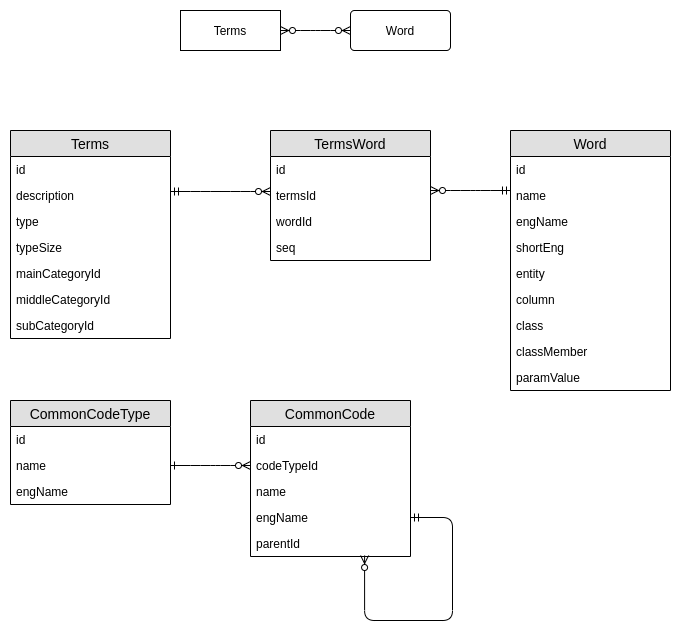
Before: document/entity-diagram.png, a diagram exported from draw.io (cubeboy/data-dictionary). Source tidied: cells renumbered, new cells last; positions are measured from the earlier drawing's top-left corner, leaving out a move shared by most shapes. Source of this version:
```xml
<mxGraphModel background="#ffffff">
  <root>
    <mxCell id="0" />
    <mxCell id="1" parent="0" />
    <mxCell id="2" value="Terms" style="whiteSpace=wrap;html=1;align=center;" parent="1" vertex="1">
      <mxGeometry x="170" width="100" height="40" as="geometry" />
    </mxCell>
    <mxCell id="3" value="Word" style="rounded=1;arcSize=10;whiteSpace=wrap;html=1;align=center;" parent="1" vertex="1">
      <mxGeometry x="340" width="100" height="40" as="geometry" />
    </mxCell>
    <mxCell id="4" style="edgeStyle=entityRelationEdgeStyle;fontSize=12;html=1;endArrow=ERzeroToMany;endFill=1;startArrow=ERzeroToMany;exitX=1;exitY=0.5;exitDx=0;exitDy=0;entryX=0;entryY=0.5;entryDx=0;entryDy=0;" parent="1" edge="1" source="2" target="3">
      <mxGeometry relative="1" as="geometry" />
    </mxCell>
    <mxCell id="5" style="edgeStyle=entityRelationEdgeStyle;fontSize=12;html=1;endArrow=ERzeroToMany;startArrow=ERmandOne;entryX=0;entryY=0.5;entryDx=0;entryDy=0;" parent="1" edge="1">
      <mxGeometry relative="1" as="geometry">
        <mxPoint x="160" y="181" as="sourcePoint" />
        <mxPoint x="260" y="181" as="targetPoint" />
      </mxGeometry>
    </mxCell>
    <mxCell id="6" style="edgeStyle=entityRelationEdgeStyle;fontSize=12;html=1;endArrow=ERmandOne;startArrow=ERzeroToMany;endFill=0;startFill=1;" parent="1" edge="1">
      <mxGeometry relative="1" as="geometry">
        <mxPoint x="420" y="180" as="sourcePoint" />
        <mxPoint x="500" y="180" as="targetPoint" />
      </mxGeometry>
    </mxCell>
    <mxCell id="7" style="edgeStyle=entityRelationEdgeStyle;fontSize=12;html=1;endArrow=ERzeroToMany;startArrow=ERone;endFill=1;startFill=0;exitX=1;exitY=0.5;exitDx=0;exitDy=0;" parent="1" edge="1" source="33">
      <mxGeometry relative="1" as="geometry">
        <mxPoint x="240" y="455" as="targetPoint" />
      </mxGeometry>
    </mxCell>
    <mxCell id="8" value="Terms" style="swimlane;fontStyle=0;horizontal=1;startSize=26;fillColor=#e0e0e0;swimlaneFillColor=#ffffff;align=center;fontSize=14;" parent="1" vertex="1">
      <mxGeometry y="120" width="160" height="208" as="geometry" />
    </mxCell>
    <mxCell id="9" value="id" style="text;strokeColor=none;fillColor=none;spacingLeft=4;spacingRight=4;overflow=hidden;fontSize=12;" parent="8" vertex="1">
      <mxGeometry y="26" width="160" height="26" as="geometry" />
    </mxCell>
    <mxCell id="10" value="description" style="text;strokeColor=none;fillColor=none;spacingLeft=4;spacingRight=4;overflow=hidden;fontSize=12;" parent="8" vertex="1">
      <mxGeometry y="52" width="160" height="26" as="geometry" />
    </mxCell>
    <mxCell id="11" value="type" style="text;strokeColor=none;fillColor=none;spacingLeft=4;spacingRight=4;overflow=hidden;fontSize=12;" parent="8" vertex="1">
      <mxGeometry y="78" width="160" height="26" as="geometry" />
    </mxCell>
    <mxCell id="12" value="typeSize" style="text;strokeColor=none;fillColor=none;spacingLeft=4;spacingRight=4;overflow=hidden;fontSize=12;" parent="8" vertex="1">
      <mxGeometry y="104" width="160" height="26" as="geometry" />
    </mxCell>
    <mxCell id="13" value="mainCategoryId" style="text;strokeColor=none;fillColor=none;spacingLeft=4;spacingRight=4;overflow=hidden;fontSize=12;" parent="8" vertex="1">
      <mxGeometry y="130" width="160" height="26" as="geometry" />
    </mxCell>
    <mxCell id="14" value="middleCategoryId" style="text;strokeColor=none;fillColor=none;spacingLeft=4;spacingRight=4;overflow=hidden;fontSize=12;" parent="8" vertex="1">
      <mxGeometry y="156" width="160" height="26" as="geometry" />
    </mxCell>
    <mxCell id="15" value="subCategoryId" style="text;strokeColor=none;fillColor=none;spacingLeft=4;spacingRight=4;overflow=hidden;fontSize=12;" parent="8" vertex="1">
      <mxGeometry y="182" width="160" height="26" as="geometry" />
    </mxCell>
    <mxCell id="16" value="Word" style="swimlane;fontStyle=0;horizontal=1;startSize=26;fillColor=#e0e0e0;swimlaneFillColor=#ffffff;align=center;fontSize=14;" parent="1" vertex="1">
      <mxGeometry x="500" y="120" width="160" height="260" as="geometry" />
    </mxCell>
    <mxCell id="17" value="id" style="text;strokeColor=none;fillColor=none;spacingLeft=4;spacingRight=4;overflow=hidden;fontSize=12;" parent="16" vertex="1">
      <mxGeometry y="26" width="160" height="26" as="geometry" />
    </mxCell>
    <mxCell id="18" value="name" style="text;strokeColor=none;fillColor=none;spacingLeft=4;spacingRight=4;overflow=hidden;fontSize=12;" parent="16" vertex="1">
      <mxGeometry y="52" width="160" height="26" as="geometry" />
    </mxCell>
    <mxCell id="19" value="engName" style="text;strokeColor=none;fillColor=none;spacingLeft=4;spacingRight=4;overflow=hidden;fontSize=12;" parent="16" vertex="1">
      <mxGeometry y="78" width="160" height="26" as="geometry" />
    </mxCell>
    <mxCell id="20" value="shortEng" style="text;strokeColor=none;fillColor=none;spacingLeft=4;spacingRight=4;overflow=hidden;fontSize=12;" parent="16" vertex="1">
      <mxGeometry y="104" width="160" height="26" as="geometry" />
    </mxCell>
    <mxCell id="21" value="entity" style="text;strokeColor=none;fillColor=none;spacingLeft=4;spacingRight=4;overflow=hidden;fontSize=12;" parent="16" vertex="1">
      <mxGeometry y="130" width="160" height="26" as="geometry" />
    </mxCell>
    <mxCell id="22" value="column" style="text;strokeColor=none;fillColor=none;spacingLeft=4;spacingRight=4;overflow=hidden;fontSize=12;" parent="16" vertex="1">
      <mxGeometry y="156" width="160" height="26" as="geometry" />
    </mxCell>
    <mxCell id="23" value="class" style="text;strokeColor=none;fillColor=none;spacingLeft=4;spacingRight=4;overflow=hidden;fontSize=12;" parent="16" vertex="1">
      <mxGeometry y="182" width="160" height="26" as="geometry" />
    </mxCell>
    <mxCell id="24" value="classMember" style="text;strokeColor=none;fillColor=none;spacingLeft=4;spacingRight=4;overflow=hidden;fontSize=12;" parent="16" vertex="1">
      <mxGeometry y="208" width="160" height="26" as="geometry" />
    </mxCell>
    <mxCell id="25" value="paramValue" style="text;strokeColor=none;fillColor=none;spacingLeft=4;spacingRight=4;overflow=hidden;fontSize=12;" parent="16" vertex="1">
      <mxGeometry y="234" width="160" height="26" as="geometry" />
    </mxCell>
    <mxCell id="26" value="TermsWord" style="swimlane;fontStyle=0;horizontal=1;startSize=26;fillColor=#e0e0e0;swimlaneFillColor=#ffffff;align=center;fontSize=14;" parent="1" vertex="1">
      <mxGeometry x="260" y="120" width="160" height="130" as="geometry" />
    </mxCell>
    <mxCell id="27" value="id" style="text;strokeColor=none;fillColor=none;spacingLeft=4;spacingRight=4;overflow=hidden;fontSize=12;" parent="26" vertex="1">
      <mxGeometry y="26" width="160" height="26" as="geometry" />
    </mxCell>
    <mxCell id="28" value="termsId" style="text;strokeColor=none;fillColor=none;spacingLeft=4;spacingRight=4;overflow=hidden;fontSize=12;" parent="26" vertex="1">
      <mxGeometry y="52" width="160" height="26" as="geometry" />
    </mxCell>
    <mxCell id="29" value="wordId" style="text;strokeColor=none;fillColor=none;spacingLeft=4;spacingRight=4;overflow=hidden;fontSize=12;" parent="26" vertex="1">
      <mxGeometry y="78" width="160" height="26" as="geometry" />
    </mxCell>
    <mxCell id="30" value="seq" style="text;strokeColor=none;fillColor=none;spacingLeft=4;spacingRight=4;overflow=hidden;fontSize=12;" parent="26" vertex="1">
      <mxGeometry y="104" width="160" height="26" as="geometry" />
    </mxCell>
    <mxCell id="31" value="CommonCodeType" style="swimlane;fontStyle=0;horizontal=1;startSize=26;fillColor=#e0e0e0;swimlaneFillColor=#ffffff;align=center;fontSize=14;" parent="1" vertex="1">
      <mxGeometry y="390" width="160" height="104" as="geometry" />
    </mxCell>
    <mxCell id="32" value="id" style="text;strokeColor=none;fillColor=none;spacingLeft=4;spacingRight=4;overflow=hidden;fontSize=12;" parent="31" vertex="1">
      <mxGeometry y="26" width="160" height="26" as="geometry" />
    </mxCell>
    <mxCell id="33" value="name" style="text;strokeColor=none;fillColor=none;spacingLeft=4;spacingRight=4;overflow=hidden;points=[[0,0.5],[1,0.5]];portConstraint=eastwest;fontSize=12;" parent="31" vertex="1">
      <mxGeometry y="52" width="160" height="26" as="geometry" />
    </mxCell>
    <mxCell id="34" value="engName" style="text;strokeColor=none;fillColor=none;spacingLeft=4;spacingRight=4;overflow=hidden;fontSize=12;" parent="31" vertex="1">
      <mxGeometry y="78" width="160" height="26" as="geometry" />
    </mxCell>
    <mxCell id="35" value="CommonCode" style="swimlane;fontStyle=0;horizontal=1;startSize=26;fillColor=#e0e0e0;swimlaneFillColor=#ffffff;align=center;fontSize=14;" parent="1" vertex="1">
      <mxGeometry x="240" y="390" width="160" height="156" as="geometry" />
    </mxCell>
    <mxCell id="36" value="id" style="text;strokeColor=none;fillColor=none;spacingLeft=4;spacingRight=4;overflow=hidden;fontSize=12;" parent="35" vertex="1">
      <mxGeometry y="26" width="160" height="26" as="geometry" />
    </mxCell>
    <mxCell id="37" value="codeTypeId" style="text;strokeColor=none;fillColor=none;spacingLeft=4;spacingRight=4;overflow=hidden;fontSize=12;" parent="35" vertex="1">
      <mxGeometry y="52" width="160" height="26" as="geometry" />
    </mxCell>
    <mxCell id="38" value="name" style="text;strokeColor=none;fillColor=none;spacingLeft=4;spacingRight=4;overflow=hidden;fontSize=12;" parent="35" vertex="1">
      <mxGeometry y="78" width="160" height="26" as="geometry" />
    </mxCell>
    <mxCell id="39" value="engName" style="text;strokeColor=none;fillColor=none;spacingLeft=4;spacingRight=4;overflow=hidden;points=[[0,0.5],[1,0.5]];portConstraint=eastwest;fontSize=12;" parent="35" vertex="1">
      <mxGeometry y="104" width="160" height="26" as="geometry" />
    </mxCell>
    <mxCell id="40" value="parentId" style="text;strokeColor=none;fillColor=none;spacingLeft=4;spacingRight=4;overflow=hidden;points=[[0,0.5],[1,0.5]];portConstraint=eastwest;fontSize=12;" parent="35" vertex="1">
      <mxGeometry y="130" width="160" height="26" as="geometry" />
    </mxCell>
    <mxCell id="41" style="fontSize=12;html=1;endArrow=ERzeroToMany;endFill=1;startArrow=ERmandOne;edgeStyle=orthogonalEdgeStyle;startFill=0;exitX=1;exitY=0.5;exitDx=0;exitDy=0;entryX=0.713;entryY=0.962;entryDx=0;entryDy=0;entryPerimeter=0;" parent="35" edge="1" source="39" target="40">
      <mxGeometry relative="1" as="geometry">
        <Array as="points">
          <mxPoint x="202" y="117" />
          <mxPoint x="202" y="220" />
          <mxPoint x="114" y="220" />
        </Array>
      </mxGeometry>
    </mxCell>
  </root>
</mxGraphModel>
```
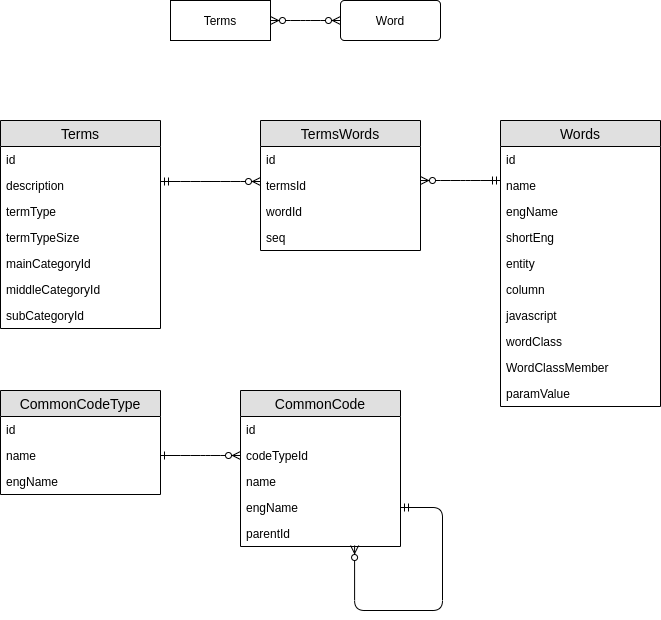
Later version of the same file.

Change to the diagram source:
```diff
@@ -37,10 +37,10 @@
     <mxCell id="10" value="description" style="text;strokeColor=none;fillColor=none;spacingLeft=4;spacingRight=4;overflow=hidden;fontSize=12;" parent="8" vertex="1">
       <mxGeometry y="52" width="160" height="26" as="geometry" />
     </mxCell>
-    <mxCell id="11" value="type" style="text;strokeColor=none;fillColor=none;spacingLeft=4;spacingRight=4;overflow=hidden;fontSize=12;" parent="8" vertex="1">
+    <mxCell id="11" value="termType" style="text;strokeColor=none;fillColor=none;spacingLeft=4;spacingRight=4;overflow=hidden;fontSize=12;" parent="8" vertex="1">
       <mxGeometry y="78" width="160" height="26" as="geometry" />
     </mxCell>
-    <mxCell id="12" value="typeSize" style="text;strokeColor=none;fillColor=none;spacingLeft=4;spacingRight=4;overflow=hidden;fontSize=12;" parent="8" vertex="1">
+    <mxCell id="12" value="termTypeSize" style="text;strokeColor=none;fillColor=none;spacingLeft=4;spacingRight=4;overflow=hidden;fontSize=12;" parent="8" vertex="1">
       <mxGeometry y="104" width="160" height="26" as="geometry" />
     </mxCell>
     <mxCell id="13" value="mainCategoryId" style="text;strokeColor=none;fillColor=none;spacingLeft=4;spacingRight=4;overflow=hidden;fontSize=12;" parent="8" vertex="1">
@@ -52,8 +52,8 @@
     <mxCell id="15" value="subCategoryId" style="text;strokeColor=none;fillColor=none;spacingLeft=4;spacingRight=4;overflow=hidden;fontSize=12;" parent="8" vertex="1">
       <mxGeometry y="182" width="160" height="26" as="geometry" />
     </mxCell>
-    <mxCell id="16" value="Word" style="swimlane;fontStyle=0;horizontal=1;startSize=26;fillColor=#e0e0e0;swimlaneFillColor=#ffffff;align=center;fontSize=14;" parent="1" vertex="1">
-      <mxGeometry x="500" y="120" width="160" height="260" as="geometry" />
+    <mxCell id="16" value="Words" style="swimlane;fontStyle=0;horizontal=1;startSize=26;fillColor=#e0e0e0;swimlaneFillColor=#ffffff;align=center;fontSize=14;" parent="1" vertex="1">
+      <mxGeometry x="500" y="120" width="160" height="286" as="geometry" />
     </mxCell>
     <mxCell id="17" value="id" style="text;strokeColor=none;fillColor=none;spacingLeft=4;spacingRight=4;overflow=hidden;fontSize=12;" parent="16" vertex="1">
       <mxGeometry y="26" width="160" height="26" as="geometry" />
@@ -73,16 +73,19 @@
     <mxCell id="22" value="column" style="text;strokeColor=none;fillColor=none;spacingLeft=4;spacingRight=4;overflow=hidden;fontSize=12;" parent="16" vertex="1">
       <mxGeometry y="156" width="160" height="26" as="geometry" />
     </mxCell>
+    <mxCell id="42" value="javascript" style="text;strokeColor=none;fillColor=none;spacingLeft=4;spacingRight=4;overflow=hidden;fontSize=12;" parent="16" vertex="1">
+      <mxGeometry y="182" width="160" height="26" as="geometry" />
+    </mxCell>
-    <mxCell id="23" value="class" style="text;strokeColor=none;fillColor=none;spacingLeft=4;spacingRight=4;overflow=hidden;fontSize=12;" parent="16" vertex="1">
-      <mxGeometry y="182" width="160" height="26" as="geometry" />
+    <mxCell id="23" value="wordClass" style="text;strokeColor=none;fillColor=none;spacingLeft=4;spacingRight=4;overflow=hidden;fontSize=12;" parent="16" vertex="1">
+      <mxGeometry y="208" width="160" height="26" as="geometry" />
     </mxCell>
-    <mxCell id="24" value="classMember" style="text;strokeColor=none;fillColor=none;spacingLeft=4;spacingRight=4;overflow=hidden;fontSize=12;" parent="16" vertex="1">
-      <mxGeometry y="208" width="160" height="26" as="geometry" />
+    <mxCell id="24" value="WordClassMember" style="text;strokeColor=none;fillColor=none;spacingLeft=4;spacingRight=4;overflow=hidden;fontSize=12;" parent="16" vertex="1">
+      <mxGeometry y="234" width="160" height="26" as="geometry" />
     </mxCell>
     <mxCell id="25" value="paramValue" style="text;strokeColor=none;fillColor=none;spacingLeft=4;spacingRight=4;overflow=hidden;fontSize=12;" parent="16" vertex="1">
-      <mxGeometry y="234" width="160" height="26" as="geometry" />
+      <mxGeometry y="260" width="160" height="26" as="geometry" />
     </mxCell>
-    <mxCell id="26" value="TermsWord" style="swimlane;fontStyle=0;horizontal=1;startSize=26;fillColor=#e0e0e0;swimlaneFillColor=#ffffff;align=center;fontSize=14;" parent="1" vertex="1">
+    <mxCell id="26" value="TermsWords" style="swimlane;fontStyle=0;horizontal=1;startSize=26;fillColor=#e0e0e0;swimlaneFillColor=#ffffff;align=center;fontSize=14;" parent="1" vertex="1">
       <mxGeometry x="260" y="120" width="160" height="130" as="geometry" />
     </mxCell>
     <mxCell id="27" value="id" style="text;strokeColor=none;fillColor=none;spacingLeft=4;spacingRight=4;overflow=hidden;fontSize=12;" parent="26" vertex="1">
```
